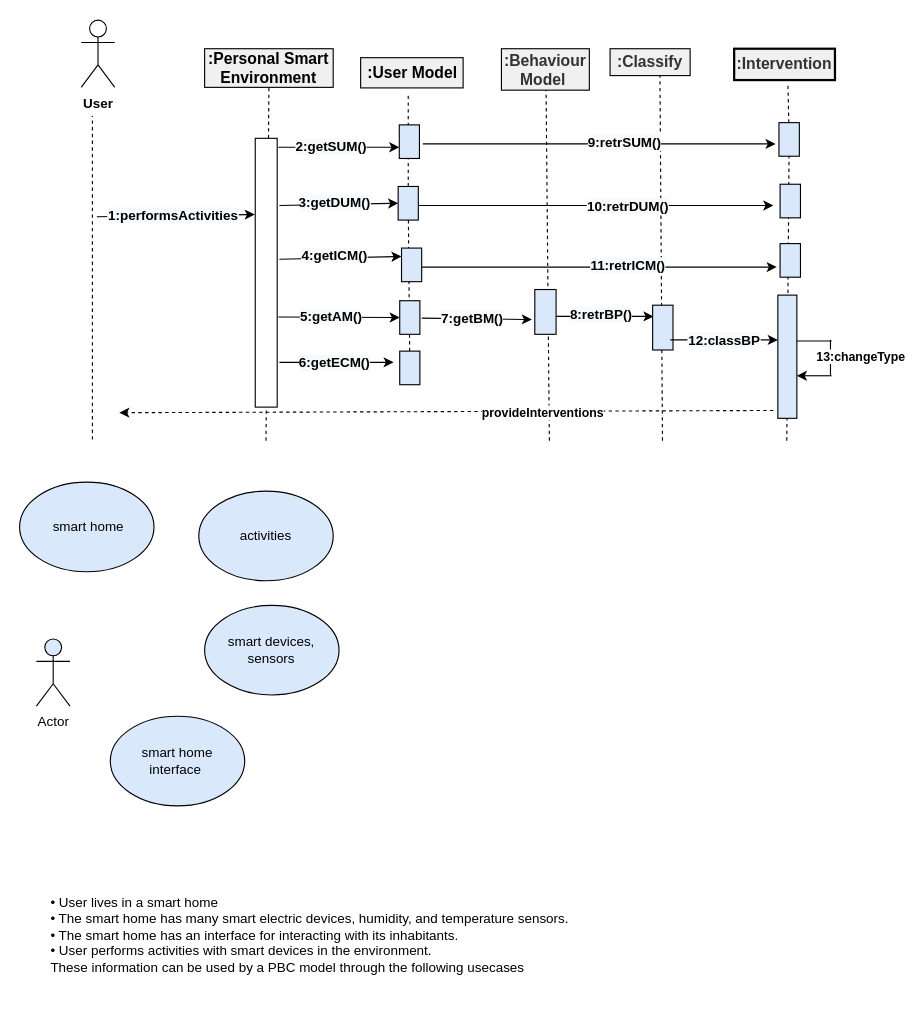
Above: interaction.drawio in oluwande/zmPDSwR (draw.io), before the change. Source tidied: cells renumbered, new cells numbered last; positions are measured from the earlier drawing's top-left corner, leaving out a move shared by most shapes. Both pictures are drawn from the tidied source at 112%, with x=0, y=0 at pixel (19, 19).
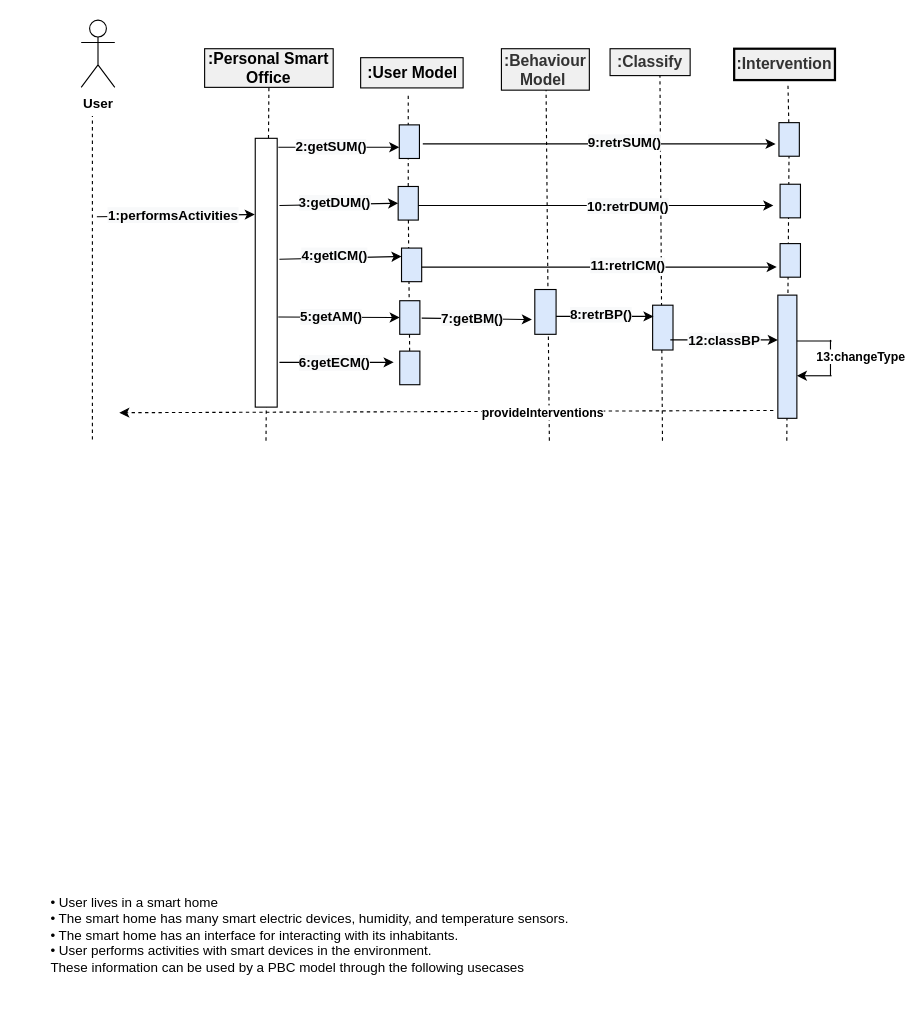
Above is the later version.

Diff of the diagram source:
```diff
@@
-    <mxCell id="5" value="&lt;span&gt;:Personal Smart Environment&lt;/span&gt;" style="rounded=0;whiteSpace=wrap;html=1;fontSize=14;strokeColor=#000000;strokeWidth=1;fillColor=#F0F0F0;fontStyle=1;" parent="1" vertex="1">
+    <mxCell id="5" value="&lt;span&gt;:Personal Smart Office&lt;/span&gt;" style="rounded=0;whiteSpace=wrap;html=1;fontSize=14;strokeColor=#000000;strokeWidth=1;fillColor=#F0F0F0;fontStyle=1;" parent="1" vertex="1">
       <mxGeometry x="165.2" y="26" width="114.8" height="34.5" as="geometry" />
     </mxCell>
@@
-    <mxCell id="59" value="&amp;nbsp;smart home" style="ellipse;whiteSpace=wrap;html=1;strokeColor=#000000;strokeWidth=1;fillColor=#DAE8FC;" parent="1" vertex="1">
-      <mxGeometry y="413" width="120" height="80" as="geometry" />
-    </mxCell>
-    <mxCell id="60" value="Actor" style="shape=umlActor;verticalLabelPosition=bottom;verticalAlign=top;html=1;strokeColor=#000000;strokeWidth=1;fillColor=#DAE8FC;" parent="1" vertex="1">
-      <mxGeometry x="15" y="553" width="30" height="60" as="geometry" />
-    </mxCell>
-    <mxCell id="61" value="smart home &lt;br&gt;interface&amp;nbsp;" style="ellipse;whiteSpace=wrap;html=1;strokeColor=#000000;strokeWidth=1;fillColor=#DAE8FC;" parent="1" vertex="1">
-      <mxGeometry x="81" y="622" width="120" height="80" as="geometry" />
-    </mxCell>
-    <mxCell id="62" value="smart devices, sensors" style="ellipse;whiteSpace=wrap;html=1;strokeColor=#000000;strokeWidth=1;fillColor=#DAE8FC;" parent="1" vertex="1">
-      <mxGeometry x="165.2" y="523" width="120" height="80" as="geometry" />
-    </mxCell>
-    <mxCell id="63" value="activities" style="ellipse;whiteSpace=wrap;html=1;strokeColor=#000000;strokeWidth=1;fillColor=#DAE8FC;" parent="1" vertex="1">
-      <mxGeometry x="160" y="421" width="120" height="80" as="geometry" />
-    </mxCell>
```
